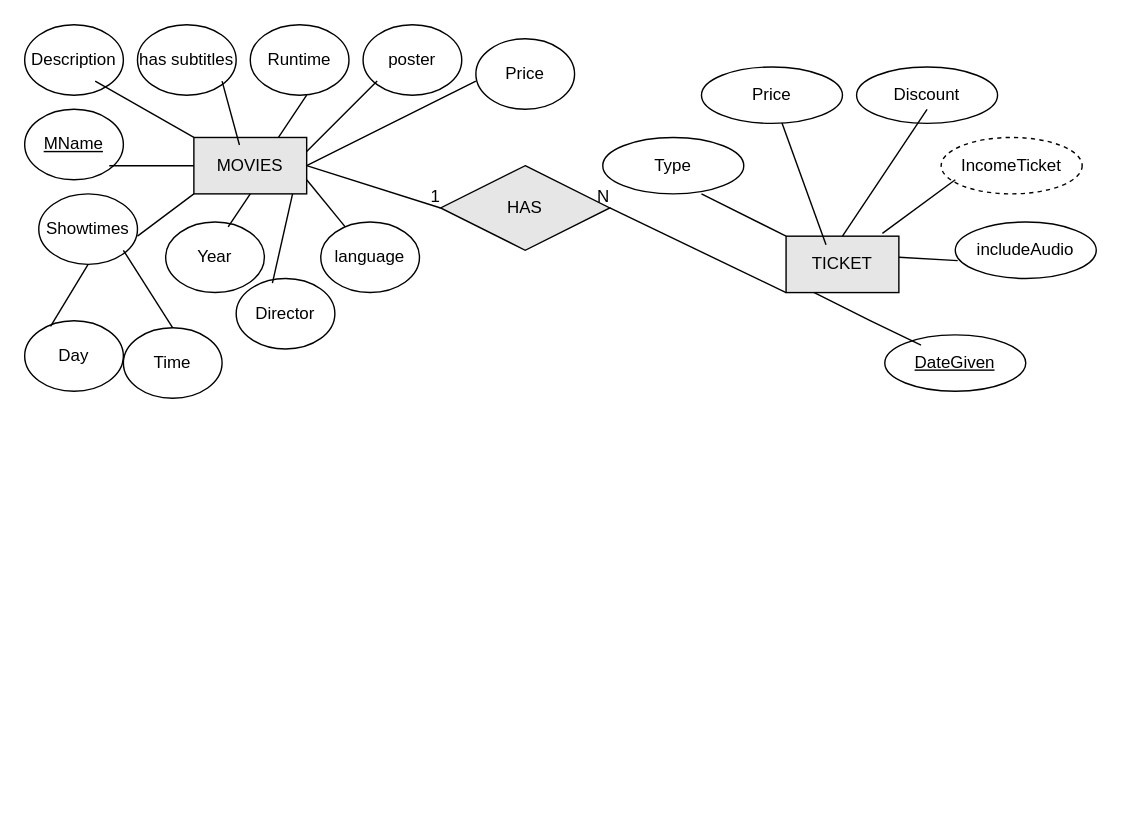
This is Untitled Diagram.drawio from parzival-3x/MuseumDBProject, a draw.io file, before an edit. Source tidied: cells renumbered, new cells numbered last; positions are measured from the earlier drawing's top-left corner, leaving out a move shared by most shapes. Both pictures are drawn from the tidied source at 141%, with x=0, y=0 at pixel (24, 24).
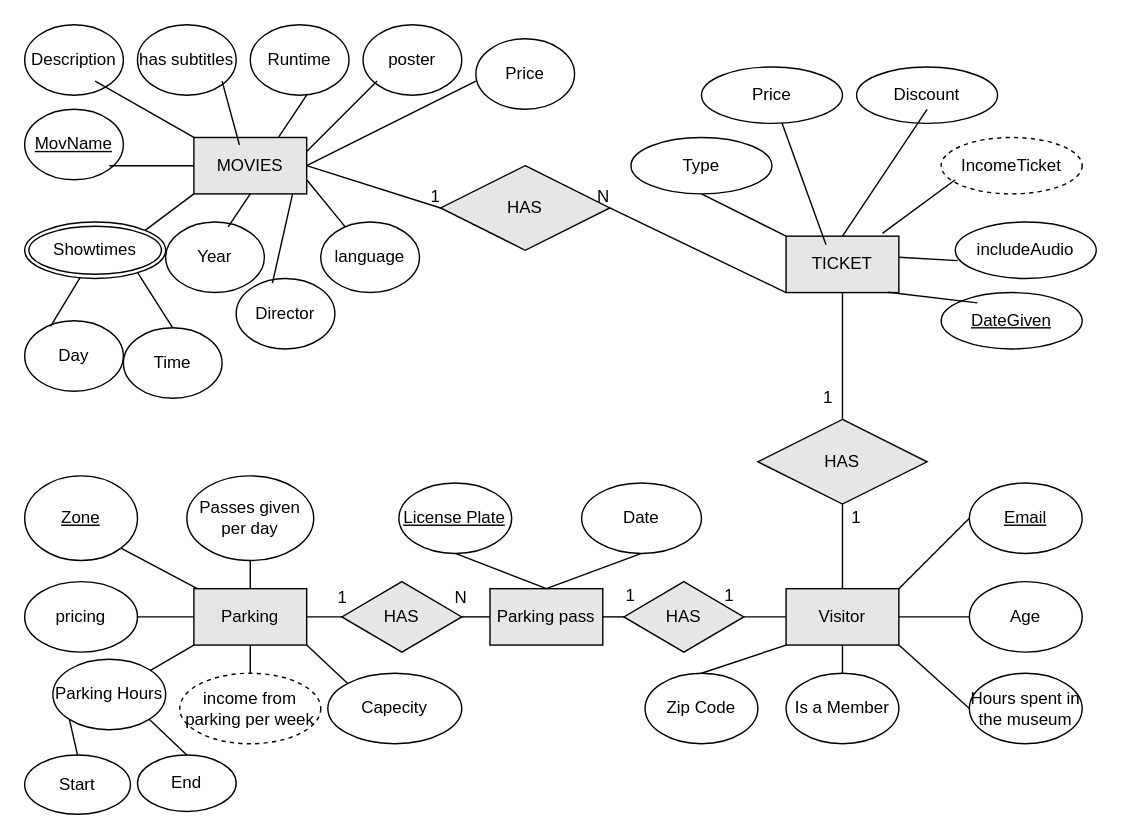
Above is the later version.

The change refers to these unchanged cells:
```xml
<mxCell id="27" value="&lt;span style=&quot;&quot;&gt;TICKET&lt;/span&gt;" style="rounded=0;whiteSpace=wrap;html=1;labelBackgroundColor=none;fillColor=#E6E6E6;strokeColor=default;align=center;fontColor=default;" parent="1" vertex="1">
  <mxGeometry x="540" y="150" width="80" height="40" as="geometry" />
</mxCell>
```

The edit, as a diff of the source:
```diff
@@
-    <mxCell id="3" value="Showtimes" style="ellipse;whiteSpace=wrap;html=1;labelBackgroundColor=none;strokeColor=default;fontColor=default;fillColor=#FFFFFF;" parent="1" vertex="1">
-      <mxGeometry x="10" y="120" width="70" height="50" as="geometry" />
-    </mxCell>
@@
-    <mxCell id="5" value="&lt;u&gt;MName&lt;/u&gt;" style="ellipse;whiteSpace=wrap;html=1;labelBackgroundColor=none;strokeColor=default;fontColor=default;fillColor=#FFFFFF;" parent="1" vertex="1">
+    <mxCell id="5" value="&lt;u&gt;MovName&lt;/u&gt;" style="ellipse;whiteSpace=wrap;html=1;labelBackgroundColor=none;strokeColor=default;fontColor=default;fillColor=#FFFFFF;" parent="1" vertex="1">
       <mxGeometry y="60" width="70" height="50" as="geometry" />
     </mxCell>
@@
     <mxCell id="31" value="Type" style="ellipse;whiteSpace=wrap;html=1;align=center;labelBackgroundColor=none;strokeColor=default;fontColor=default;fillColor=#FFFFFF;" parent="1" vertex="1">
-      <mxGeometry x="410" y="80" width="100" height="40" as="geometry" />
+      <mxGeometry x="430" y="80" width="100" height="40" as="geometry" />
     </mxCell>
     <mxCell id="32" value="DateGiven" style="ellipse;whiteSpace=wrap;html=1;align=center;fontStyle=4;labelBackgroundColor=none;strokeColor=default;fontColor=default;fillColor=#FFFFFF;" parent="1" vertex="1">
-      <mxGeometry x="610" y="220" width="100" height="40" as="geometry" />
+      <mxGeometry x="650" y="190" width="100" height="40" as="geometry" />
     </mxCell>
@@
-    <mxCell id="39" style="endArrow=none;html=1;rounded=0;fontColor=default;entryX=0.257;entryY=0.183;entryDx=0;entryDy=0;entryPerimeter=0;" parent="1" edge="1" target="32">
-      <mxGeometry relative="1" as="geometry">
-        <mxPoint x="560" y="190" as="sourcePoint" />
-        <Array as="points">
-          <mxPoint x="600" y="210" />
-        </Array>
-      </mxGeometry>
+    <mxCell id="39" style="endArrow=none;html=1;rounded=0;fontColor=default;entryX=0.257;entryY=0.183;entryDx=0;entryDy=0;entryPerimeter=0;exitX=0.903;exitY=0.994;exitDx=0;exitDy=0;exitPerimeter=0;" parent="1" edge="1" source="27" target="32">
+      <mxGeometry relative="1" as="geometry" />
     </mxCell>
@@
+    <mxCell id="45" value="Parking" style="rounded=0;whiteSpace=wrap;html=1;labelBackgroundColor=none;fillColor=#E6E6E6;strokeColor=default;align=center;fontColor=default;" parent="1" vertex="1">
+      <mxGeometry x="120" y="400" width="80" height="40" as="geometry" />
+    </mxCell>
+    <mxCell id="46" value="Zone" style="ellipse;whiteSpace=wrap;html=1;fontStyle=4;" parent="1" vertex="1">
+      <mxGeometry y="320" width="80" height="60" as="geometry" />
+    </mxCell>
+    <mxCell id="47" value="pricing" style="ellipse;whiteSpace=wrap;html=1;" parent="1" vertex="1">
+      <mxGeometry y="395" width="80" height="50" as="geometry" />
+    </mxCell>
+    <mxCell id="48" value="Parking Hours" style="ellipse;whiteSpace=wrap;html=1;" parent="1" vertex="1">
+      <mxGeometry x="20" y="450" width="80" height="50" as="geometry" />
+    </mxCell>
+    <mxCell id="49" value="Passes given per day" style="ellipse;whiteSpace=wrap;html=1;" parent="1" vertex="1">
+      <mxGeometry x="115" y="320" width="90" height="60" as="geometry" />
+    </mxCell>
+    <mxCell id="50" value="income from parking per week" style="ellipse;whiteSpace=wrap;html=1;dashed=1;" parent="1" vertex="1">
+      <mxGeometry x="110" y="460" width="100" height="50" as="geometry" />
+    </mxCell>
+    <mxCell id="51" style="endArrow=none;html=1;rounded=0;exitX=1;exitY=1;exitDx=0;exitDy=0;" parent="1" edge="1" source="46" target="45">
+      <mxGeometry relative="1" as="geometry" />
+    </mxCell>
+    <mxCell id="52" style="endArrow=none;html=1;rounded=0;exitX=0.5;exitY=0;exitDx=0;exitDy=0;entryX=0.5;entryY=1;entryDx=0;entryDy=0;" parent="1" edge="1" source="45" target="49">
+      <mxGeometry relative="1" as="geometry" />
+    </mxCell>
+    <mxCell id="53" style="endArrow=none;html=1;rounded=0;exitX=1;exitY=0.5;exitDx=0;exitDy=0;entryX=0;entryY=0.5;entryDx=0;entryDy=0;" parent="1" edge="1" source="47" target="45">
+      <mxGeometry relative="1" as="geometry" />
+    </mxCell>
+    <mxCell id="54" style="endArrow=none;html=1;curved=1;entryX=0;entryY=1;entryDx=0;entryDy=0;" parent="1" edge="1" source="48" target="45">
+      <mxGeometry relative="1" as="geometry" />
+    </mxCell>
+    <mxCell id="55" style="endArrow=none;html=1;curved=1;exitX=0.5;exitY=0;exitDx=0;exitDy=0;entryX=0.5;entryY=1;entryDx=0;entryDy=0;" parent="1" edge="1" source="50" target="45">
+      <mxGeometry relative="1" as="geometry" />
+    </mxCell>
+    <mxCell id="56" value="Visitor" style="rounded=0;whiteSpace=wrap;html=1;labelBackgroundColor=none;fillColor=#E6E6E6;strokeColor=default;align=center;fontColor=default;" parent="1" vertex="1">
+      <mxGeometry x="540" y="400" width="80" height="40" as="geometry" />
+    </mxCell>
+    <mxCell id="57" value="Email" style="ellipse;whiteSpace=wrap;html=1;fontStyle=4;" parent="1" vertex="1">
+      <mxGeometry x="670" y="325" width="80" height="50" as="geometry" />
+    </mxCell>
+    <mxCell id="58" value="Age" style="ellipse;whiteSpace=wrap;html=1;" parent="1" vertex="1">
+      <mxGeometry x="670" y="395" width="80" height="50" as="geometry" />
+    </mxCell>
+    <mxCell id="59" style="endArrow=none;html=1;curved=1;exitX=1;exitY=0;exitDx=0;exitDy=0;entryX=0;entryY=0.5;entryDx=0;entryDy=0;" parent="1" edge="1" source="56" target="57">
+      <mxGeometry relative="1" as="geometry" />
+    </mxCell>
+    <mxCell id="60" style="endArrow=none;html=1;curved=1;exitX=1;exitY=0.5;exitDx=0;exitDy=0;entryX=0;entryY=0.5;entryDx=0;entryDy=0;" parent="1" edge="1" source="56" target="58">
+      <mxGeometry relative="1" as="geometry" />
+    </mxCell>
+    <mxCell id="61" value="Hours spent in the museum" style="ellipse;whiteSpace=wrap;html=1;" parent="1" vertex="1">
+      <mxGeometry x="670" y="460" width="80" height="50" as="geometry" />
+    </mxCell>
+    <mxCell id="62" style="endArrow=none;html=1;curved=1;exitX=1;exitY=1;exitDx=0;exitDy=0;entryX=0;entryY=0.5;entryDx=0;entryDy=0;" parent="1" edge="1" source="56" target="61">
+      <mxGeometry relative="1" as="geometry" />
+    </mxCell>
+    <mxCell id="63" value="HAS" style="shape=rhombus;perimeter=rhombusPerimeter;whiteSpace=wrap;html=1;align=center;labelBackgroundColor=none;strokeColor=default;fontColor=default;fillColor=#E6E6E6;" parent="1" vertex="1">
+      <mxGeometry x="520" y="280" width="120" height="60" as="geometry" />
+    </mxCell>
+    <mxCell id="64" style="endArrow=none;html=1;curved=1;exitX=0.5;exitY=0;exitDx=0;exitDy=0;entryX=0.5;entryY=1;entryDx=0;entryDy=0;" parent="1" edge="1" source="63" target="27">
+      <mxGeometry relative="1" as="geometry" />
+    </mxCell>
+    <mxCell id="65" style="endArrow=none;html=1;curved=1;entryX=0.5;entryY=1;entryDx=0;entryDy=0;exitX=0.5;exitY=0;exitDx=0;exitDy=0;" parent="1" edge="1" source="56" target="63">
+      <mxGeometry relative="1" as="geometry" />
+    </mxCell>
+    <mxCell id="66" value="1" style="text;html=1;strokeColor=none;fillColor=none;align=center;verticalAlign=middle;whiteSpace=wrap;rounded=0;" parent="1" vertex="1">
+      <mxGeometry x="560" y="335" width="60" height="30" as="geometry" />
+    </mxCell>
+    <mxCell id="67" value="1" style="text;html=1;strokeColor=none;fillColor=none;align=center;verticalAlign=middle;whiteSpace=wrap;rounded=0;" parent="1" vertex="1">
+      <mxGeometry x="540" y="250" width="60" height="30" as="geometry" />
+    </mxCell>
+    <mxCell id="68" value="&lt;div&gt;Is a Member&lt;/div&gt;" style="ellipse;whiteSpace=wrap;html=1;" parent="1" vertex="1">
+      <mxGeometry x="540" y="460" width="80" height="50" as="geometry" />
+    </mxCell>
+    <mxCell id="69" style="endArrow=none;html=1;curved=1;exitX=0.5;exitY=0;exitDx=0;exitDy=0;entryX=0.5;entryY=1;entryDx=0;entryDy=0;" parent="1" edge="1" source="68" target="56">
+      <mxGeometry relative="1" as="geometry" />
+    </mxCell>
+    <mxCell id="70" value="&lt;div&gt;Zip Code&lt;/div&gt;" style="ellipse;whiteSpace=wrap;html=1;" parent="1" vertex="1">
+      <mxGeometry x="440" y="460" width="80" height="50" as="geometry" />
+    </mxCell>
+    <mxCell id="71" style="endArrow=none;html=1;curved=1;exitX=0.5;exitY=0;exitDx=0;exitDy=0;entryX=0;entryY=1;entryDx=0;entryDy=0;" parent="1" edge="1" source="70" target="56">
+      <mxGeometry relative="1" as="geometry" />
+    </mxCell>
+    <mxCell id="3" value="Showtimes" style="ellipse;shape=doubleEllipse;margin=3;whiteSpace=wrap;html=1;align=center;" parent="1" vertex="1">
+      <mxGeometry y="140" width="100" height="40" as="geometry" />
+    </mxCell>
+    <mxCell id="72" value="Capecity" style="ellipse;whiteSpace=wrap;html=1;" parent="1" vertex="1">
+      <mxGeometry x="215" y="460" width="95" height="50" as="geometry" />
+    </mxCell>
+    <mxCell id="73" value="&lt;div&gt;Parking pass&lt;/div&gt;" style="rounded=0;whiteSpace=wrap;html=1;labelBackgroundColor=none;fillColor=#E6E6E6;strokeColor=default;align=center;fontColor=default;" parent="1" vertex="1">
+      <mxGeometry x="330" y="400" width="80" height="40" as="geometry" />
+    </mxCell>
+    <mxCell id="74" style="endArrow=none;html=1;rounded=0;exitX=1;exitY=0.5;exitDx=0;exitDy=0;" parent="1" edge="1" source="45">
+      <mxGeometry relative="1" as="geometry">
+        <mxPoint x="240" y="420" as="targetPoint" />
+      </mxGeometry>
+    </mxCell>
+    <mxCell id="75" value="HAS" style="shape=rhombus;perimeter=rhombusPerimeter;whiteSpace=wrap;html=1;align=center;labelBackgroundColor=none;strokeColor=default;fontColor=default;fillColor=#E6E6E6;" parent="1" vertex="1">
+      <mxGeometry x="225" y="395" width="85" height="50" as="geometry" />
+    </mxCell>
+    <mxCell id="76" style="endArrow=none;html=1;rounded=0;exitX=1;exitY=0.5;exitDx=0;exitDy=0;entryX=0;entryY=0.5;entryDx=0;entryDy=0;" parent="1" edge="1" source="75" target="73">
+      <mxGeometry relative="1" as="geometry" />
+    </mxCell>
+    <mxCell id="77" value="N" style="html=1;align=right;verticalAlign=bottom;labelBackgroundColor=none;strokeColor=default;fontColor=default;fillColor=#E6E6E6;" parent="1" vertex="1">
+      <mxGeometry x="425" y="140" as="geometry">
+        <mxPoint x="-111" y="275" as="offset" />
+      </mxGeometry>
+    </mxCell>
+    <mxCell id="78" value="1" style="html=1;align=right;verticalAlign=bottom;labelBackgroundColor=none;strokeColor=default;fontColor=default;fillColor=#E6E6E6;" parent="1" vertex="1">
+      <mxGeometry x="305.4" y="140.1" as="geometry">
+        <mxPoint x="-76" y="275" as="offset" />
+      </mxGeometry>
+    </mxCell>
+    <mxCell id="79" value="HAS" style="shape=rhombus;perimeter=rhombusPerimeter;whiteSpace=wrap;html=1;align=center;labelBackgroundColor=none;strokeColor=default;fontColor=default;fillColor=#E6E6E6;" parent="1" vertex="1">
+      <mxGeometry x="425" y="395" width="85" height="50" as="geometry" />
+    </mxCell>
+    <mxCell id="80" style="endArrow=none;html=1;rounded=0;exitX=1;exitY=0.5;exitDx=0;exitDy=0;entryX=0;entryY=0.5;entryDx=0;entryDy=0;" parent="1" edge="1" source="73" target="79">
+      <mxGeometry relative="1" as="geometry" />
+    </mxCell>
+    <mxCell id="81" style="endArrow=none;html=1;rounded=0;exitX=1;exitY=0.5;exitDx=0;exitDy=0;entryX=0;entryY=0.5;entryDx=0;entryDy=0;" parent="1" edge="1" source="79" target="56">
+      <mxGeometry relative="1" as="geometry" />
+    </mxCell>
+    <mxCell id="82" style="endArrow=none;html=1;rounded=0;exitX=1;exitY=1;exitDx=0;exitDy=0;entryX=0;entryY=0;entryDx=0;entryDy=0;" parent="1" edge="1" source="45" target="72">
+      <mxGeometry relative="1" as="geometry" />
+    </mxCell>
+    <mxCell id="83" value="1" style="text;html=1;strokeColor=none;fillColor=none;align=center;verticalAlign=middle;whiteSpace=wrap;rounded=0;" parent="1" vertex="1">
+      <mxGeometry x="470" y="390" width="60" height="30" as="geometry" />
+    </mxCell>
+    <mxCell id="84" value="1" style="text;html=1;strokeColor=none;fillColor=none;align=center;verticalAlign=middle;whiteSpace=wrap;rounded=0;" parent="1" vertex="1">
+      <mxGeometry x="400" y="390" width="60" height="30" as="geometry" />
+    </mxCell>
+    <mxCell id="85" value="License Plate" style="ellipse;whiteSpace=wrap;html=1;fontStyle=4;" parent="1" vertex="1">
+      <mxGeometry x="265.4" y="325" width="80" height="50" as="geometry" />
+    </mxCell>
+    <mxCell id="86" style="endArrow=none;html=1;rounded=0;exitX=0.5;exitY=1;exitDx=0;exitDy=0;entryX=0.5;entryY=0;entryDx=0;entryDy=0;" parent="1" edge="1" source="85" target="73">
+      <mxGeometry relative="1" as="geometry" />
+    </mxCell>
+    <mxCell id="87" value="Date" style="ellipse;whiteSpace=wrap;html=1;" parent="1" vertex="1">
+      <mxGeometry x="395" y="325" width="85" height="50" as="geometry" />
+    </mxCell>
+    <mxCell id="88" style="endArrow=none;html=1;rounded=0;exitX=0.5;exitY=0;exitDx=0;exitDy=0;entryX=0.5;entryY=1;entryDx=0;entryDy=0;" parent="1" edge="1" source="73" target="87">
+      <mxGeometry relative="1" as="geometry" />
+    </mxCell>
+    <mxCell id="89" value="Start" style="ellipse;whiteSpace=wrap;html=1;shadow=0;" parent="1" vertex="1">
+      <mxGeometry y="518" width="75" height="42" as="geometry" />
+    </mxCell>
+    <mxCell id="90" value="End" style="ellipse;whiteSpace=wrap;html=1;shadow=0;" parent="1" vertex="1">
+      <mxGeometry x="80" y="518" width="70" height="40" as="geometry" />
+    </mxCell>
+    <mxCell id="91" style="endArrow=none;html=1;rounded=0;exitX=0.5;exitY=0;exitDx=0;exitDy=0;entryX=0;entryY=1;entryDx=0;entryDy=0;" parent="1" edge="1" source="89" target="48">
+      <mxGeometry relative="1" as="geometry" />
+    </mxCell>
+    <mxCell id="92" style="endArrow=none;html=1;rounded=0;exitX=0.5;exitY=0;exitDx=0;exitDy=0;entryX=1;entryY=1;entryDx=0;entryDy=0;" parent="1" edge="1" source="90" target="48">
+      <mxGeometry relative="1" as="geometry" />
+    </mxCell>
```
